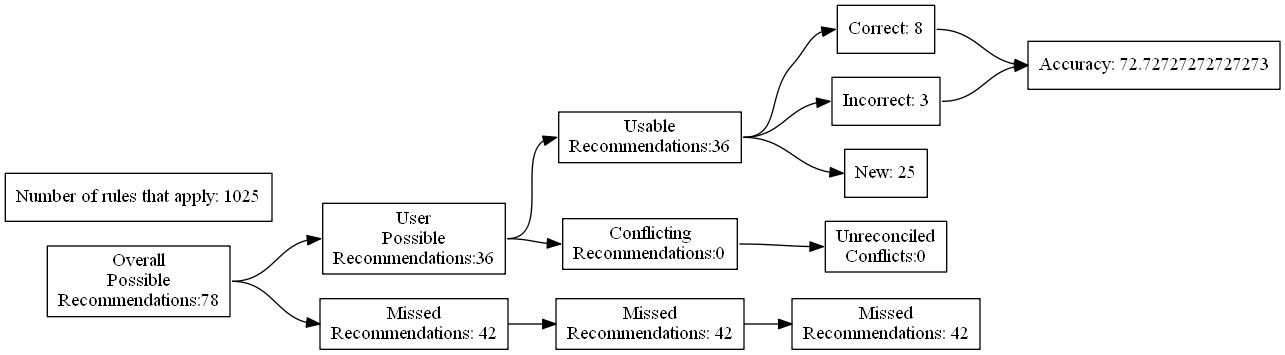
Before: test_renders/29.gv.png, a diagram exported from Graphviz (ZaxR/ibd_diet_analysis). Its source is kept beside it as test_renders/29.gv.
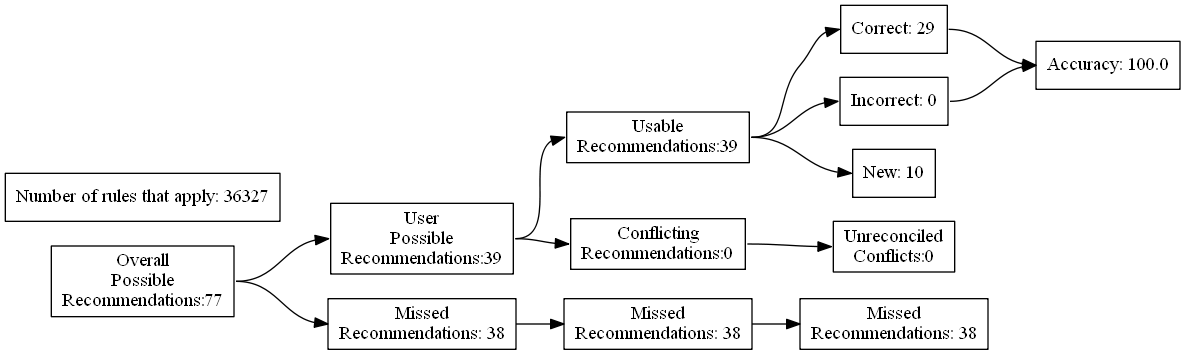
After the commit.

The edit, as a diff of the source:
```diff
@@ -4,27 +4,27 @@
 	edge [headport=w tailport=e]
 		A [label="Overall
 Possible
-Recommendations:78"]
+Recommendations:77"]
 		B [label="User
 Possible
-Recommendations:36"]
+Recommendations:39"]
 		C [label="Missed
-Recommendations: 42"]
+Recommendations: 38"]
 		D [label="Usable
-Recommendations:36"]
+Recommendations:39"]
 		E [label="Conflicting
 Recommendations:0"]
 		J [label="Missed
-Recommendations: 42"]
+Recommendations: 38"]
 		M [label="Unreconciled
 Conflicts:0"]
-		F [label="Correct: 8"]
-		G [label="Incorrect: 3"]
-		H [label="New: 25"]
+		F [label="Correct: 29"]
+		G [label="Incorrect: 0"]
+		H [label="New: 10"]
 		K [label="Missed
-Recommendations: 42"]
-		I [label="Accuracy: 72.72727272727273"]
-		l [label="Number of rules that apply: 1025"]
+Recommendations: 38"]
+		I [label="Accuracy: 100.0"]
+		l [label="Number of rules that apply: 36327"]
 			A -> B
 			A -> C
 			B -> D
```
